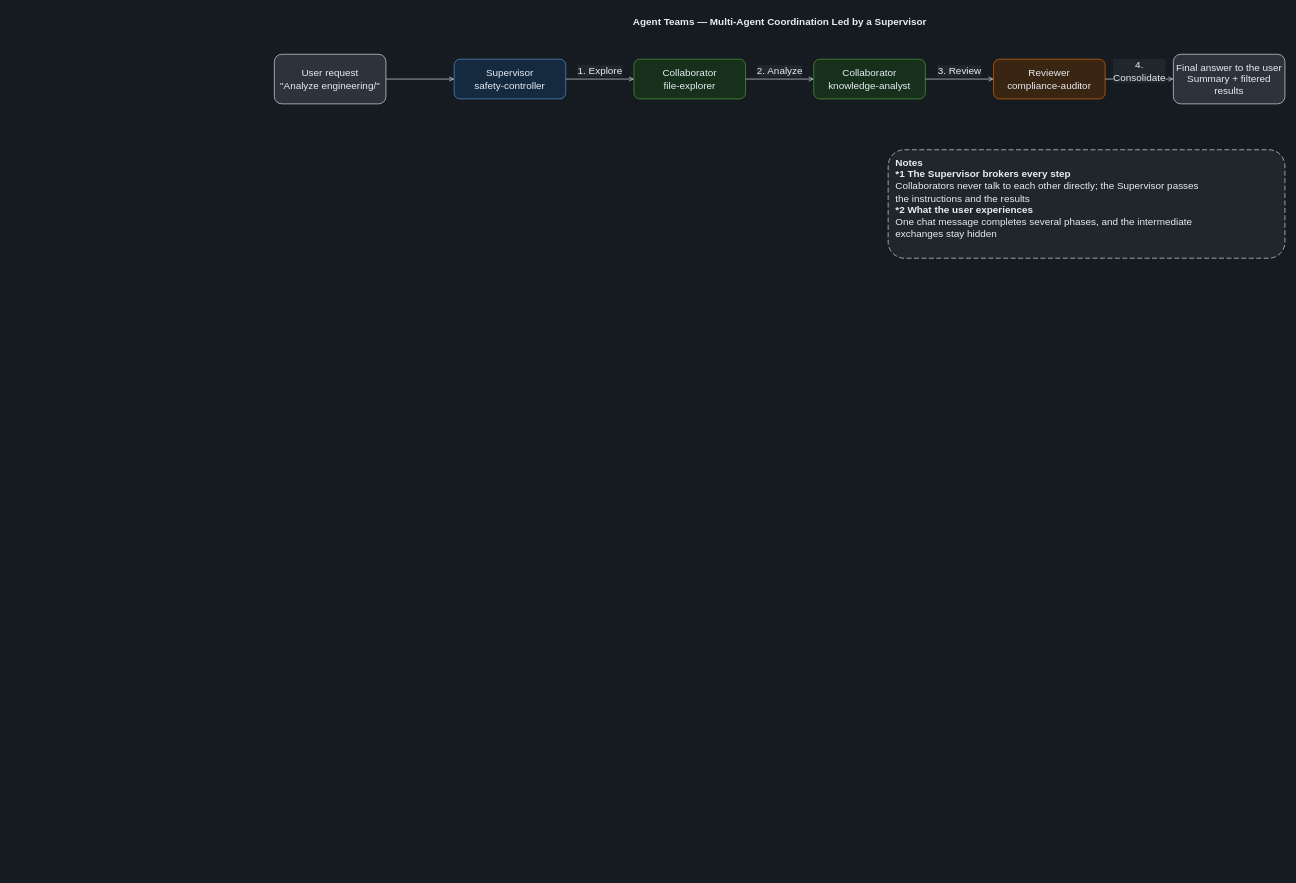
The draw.io diagram docs/diagrams/dark/part3-agent-teams-en.drawio in Yoshiki0705/FSx-for-ONTAP-S3AccessPoints-Serverless-Patterns, before the edit. Source tidied: cells renumbered, new cells numbered last; positions are measured from the earlier drawing's top-left corner, leaving out a move shared by most shapes. Both pictures are drawn from the tidied source at 62%, with x=0, y=0 at pixel (274, 11).
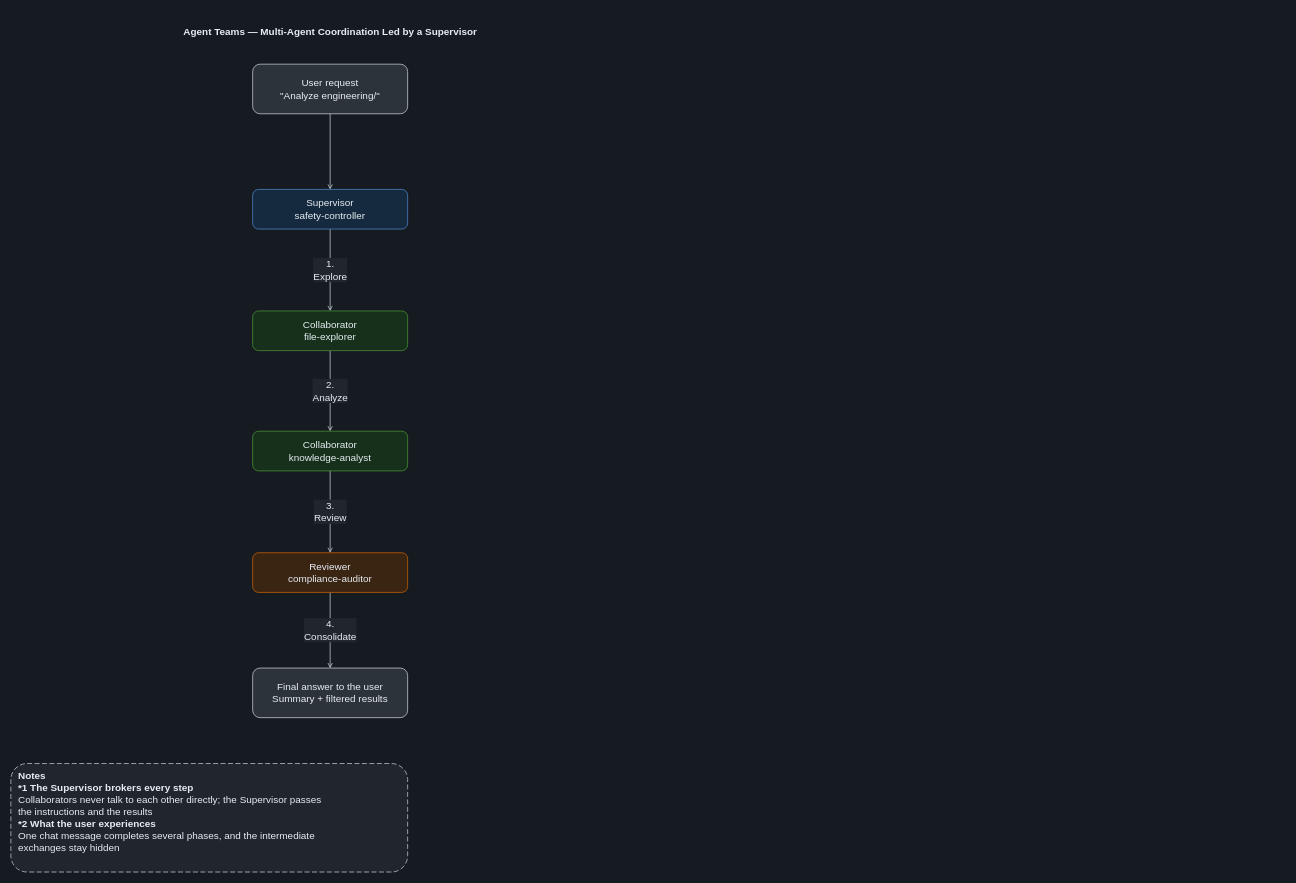
After the change.

The edit, as a diff of the source:
```diff
@@
 <mxGraphModel background="#161B22">
   <root>
     <mxCell id="0" />
     <mxCell id="1" parent="0" />
     <mxCell id="2" value="Agent Teams — Multi-Agent Coordination Led by a Supervisor" style="text;html=1;align=center;verticalAlign=middle;fontSize=16;fontStyle=1;fontColor=#E6EDF3;" parent="1" vertex="1">
-      <mxGeometry width="1630" height="34" as="geometry" />
+      <mxGeometry x="-35" y="16" width="250" height="34" as="geometry" />
     </mxCell>
+    <mxCell id="9" style="edgeStyle=orthogonalEdgeStyle;rounded=0;jettySize=auto;html=1;endArrow=open;endFill=0;strokeColor=#E6EDF3;strokeWidth=1;fontSize=16;fontColor=#E6EDF3;labelBackgroundColor=#21262D;" parent="1" edge="1" source="3" target="4">
+      <mxGeometry relative="1" as="geometry" />
+    </mxCell>
+    <mxCell id="10" value="1.&lt;br&gt;Explore" style="edgeStyle=orthogonalEdgeStyle;rounded=0;jettySize=auto;html=1;endArrow=open;endFill=0;strokeColor=#E6EDF3;strokeWidth=1;fontSize=16;fontColor=#E6EDF3;labelBackgroundColor=#21262D;" parent="1" edge="1" source="4" target="5">
+      <mxGeometry relative="1" as="geometry" />
+    </mxCell>
+    <mxCell id="11" value="2.&lt;br&gt;Analyze" style="edgeStyle=orthogonalEdgeStyle;rounded=0;jettySize=auto;html=1;endArrow=open;endFill=0;strokeColor=#E6EDF3;strokeWidth=1;fontSize=16;fontColor=#E6EDF3;labelBackgroundColor=#21262D;" parent="1" edge="1" source="5" target="6">
+      <mxGeometry relative="1" as="geometry" />
+    </mxCell>
+    <mxCell id="12" value="3.&lt;br&gt;Review" style="edgeStyle=orthogonalEdgeStyle;rounded=0;jettySize=auto;html=1;endArrow=open;endFill=0;strokeColor=#E6EDF3;strokeWidth=1;fontSize=16;fontColor=#E6EDF3;labelBackgroundColor=#21262D;" parent="1" edge="1" source="6" target="7">
+      <mxGeometry relative="1" as="geometry" />
+    </mxCell>
+    <mxCell id="13" value="4.&lt;br&gt;Consolidate" style="edgeStyle=orthogonalEdgeStyle;rounded=0;jettySize=auto;html=1;endArrow=open;endFill=0;strokeColor=#E6EDF3;strokeWidth=1;fontSize=16;fontColor=#E6EDF3;labelBackgroundColor=#21262D;" parent="1" edge="1" source="7" target="8">
+      <mxGeometry relative="1" as="geometry" />
+    </mxCell>
     <mxCell id="3" value="User request&lt;br&gt;&amp;quot;Analyze engineering/&amp;quot;" style="rounded=1;whiteSpace=wrap;html=1;dashed=0;strokeColor=#E6EDF3;fillColor=#2D333B;align=center;verticalAlign=middle;fontSize=16;fontColor=#E6EDF3;" parent="1" vertex="1">
-      <mxGeometry y="70" width="180" height="80" as="geometry" />
+      <mxGeometry x="-35" y="86" width="250" height="80" as="geometry" />
     </mxCell>
     <mxCell id="4" value="Supervisor&lt;br&gt;safety-controller" style="rounded=1;whiteSpace=wrap;html=1;dashed=0;strokeColor=#589BE5;fillColor=#152A3E;align=center;verticalAlign=middle;fontSize=16;fontColor=#E6EDF3;" parent="1" vertex="1">
-      <mxGeometry x="290" y="78" width="180" height="64" as="geometry" />
+      <mxGeometry x="-35" y="288" width="250" height="64" as="geometry" />
     </mxCell>
     <mxCell id="5" value="Collaborator&lt;br&gt;file-explorer" style="rounded=1;whiteSpace=wrap;html=1;dashed=0;strokeColor=#57A83A;fillColor=#16301C;align=center;verticalAlign=middle;fontSize=16;fontColor=#E6EDF3;" parent="1" vertex="1">
-      <mxGeometry x="580" y="78" width="180" height="64" as="geometry" />
+      <mxGeometry x="-35" y="484" width="250" height="64" as="geometry" />
     </mxCell>
     <mxCell id="6" value="Collaborator&lt;br&gt;knowledge-analyst" style="rounded=1;whiteSpace=wrap;html=1;dashed=0;strokeColor=#57A83A;fillColor=#16301C;align=center;verticalAlign=middle;fontSize=16;fontColor=#E6EDF3;" parent="1" vertex="1">
-      <mxGeometry x="870" y="78" width="180" height="64" as="geometry" />
+      <mxGeometry x="-35" y="678" width="250" height="64" as="geometry" />
     </mxCell>
     <mxCell id="7" value="Reviewer&lt;br&gt;compliance-auditor" style="rounded=1;whiteSpace=wrap;html=1;dashed=0;strokeColor=#ED7100;fillColor=#3A2412;align=center;verticalAlign=middle;fontSize=16;fontColor=#E6EDF3;" parent="1" vertex="1">
-      <mxGeometry x="1160" y="78" width="180" height="64" as="geometry" />
+      <mxGeometry x="-35" y="874" width="250" height="64" as="geometry" />
     </mxCell>
     <mxCell id="8" value="Final answer to the user&lt;br&gt;Summary + filtered results" style="rounded=1;whiteSpace=wrap;html=1;dashed=0;strokeColor=#E6EDF3;fillColor=#2D333B;align=center;verticalAlign=middle;fontSize=16;fontColor=#E6EDF3;" parent="1" vertex="1">
-      <mxGeometry x="1450" y="70" width="180" height="80" as="geometry" />
+      <mxGeometry x="-35" y="1060" width="250" height="80" as="geometry" />
     </mxCell>
-    <mxCell id="9" style="edgeStyle=orthogonalEdgeStyle;rounded=0;jettySize=auto;html=1;endArrow=open;endFill=0;strokeColor=#E6EDF3;strokeWidth=1;fontSize=16;fontColor=#E6EDF3;labelBackgroundColor=#21262D;" parent="1" edge="1" source="3" target="4">
-      <mxGeometry relative="1" as="geometry" />
-    </mxCell>
-    <mxCell id="10" value="1. Explore" style="edgeStyle=orthogonalEdgeStyle;rounded=0;jettySize=auto;html=1;endArrow=open;endFill=0;strokeColor=#E6EDF3;strokeWidth=1;fontSize=16;fontColor=#E6EDF3;labelBackgroundColor=#21262D;" parent="1" edge="1" source="4" target="5">
-      <mxGeometry relative="1" as="geometry">
-        <mxPoint y="-13" as="offset" />
-      </mxGeometry>
-    </mxCell>
-    <mxCell id="11" value="2. Analyze" style="edgeStyle=orthogonalEdgeStyle;rounded=0;jettySize=auto;html=1;endArrow=open;endFill=0;strokeColor=#E6EDF3;strokeWidth=1;fontSize=16;fontColor=#E6EDF3;labelBackgroundColor=#21262D;" parent="1" edge="1" source="5" target="6">
-      <mxGeometry relative="1" as="geometry">
-        <mxPoint y="-13" as="offset" />
-      </mxGeometry>
-    </mxCell>
-    <mxCell id="12" value="3. Review" style="edgeStyle=orthogonalEdgeStyle;rounded=0;jettySize=auto;html=1;endArrow=open;endFill=0;strokeColor=#E6EDF3;strokeWidth=1;fontSize=16;fontColor=#E6EDF3;labelBackgroundColor=#21262D;" parent="1" edge="1" source="6" target="7">
-      <mxGeometry relative="1" as="geometry">
-        <mxPoint y="-13" as="offset" />
-      </mxGeometry>
-    </mxCell>
-    <mxCell id="13" value="4.&lt;br&gt;Consolidate" style="edgeStyle=orthogonalEdgeStyle;rounded=0;jettySize=auto;html=1;endArrow=open;endFill=0;strokeColor=#E6EDF3;strokeWidth=1;fontSize=16;fontColor=#E6EDF3;labelBackgroundColor=#21262D;" parent="1" edge="1" source="7" target="8">
-      <mxGeometry relative="1" as="geometry">
-        <mxPoint y="-13" as="offset" />
-      </mxGeometry>
-    </mxCell>
     <mxCell id="14" value="&lt;b&gt;Notes&lt;/b&gt;&lt;br&gt;&lt;b&gt;*1 The Supervisor brokers every step&lt;/b&gt;&lt;br&gt;Collaborators never talk to each other directly; the Supervisor passes&lt;br&gt;the instructions and the results&lt;br&gt;&lt;b&gt;*2 What the user experiences&lt;/b&gt;&lt;br&gt;One chat message completes several phases, and the intermediate&lt;br&gt;exchanges stay hidden" style="rounded=1;whiteSpace=wrap;html=1;dashed=1;dashPattern=8 4;strokeColor=#E6EDF3;fillColor=#21262D;align=left;verticalAlign=top;spacingLeft=10;spacingTop=4;fontSize=16;fontColor=#E6EDF3;" parent="1" vertex="1">
-      <mxGeometry x="990" y="224" width="640" height="175" as="geometry" />
+      <mxGeometry x="-425" y="1214" width="640" height="175" as="geometry" />
     </mxCell>
   </root>
 </mxGraphModel>
```
